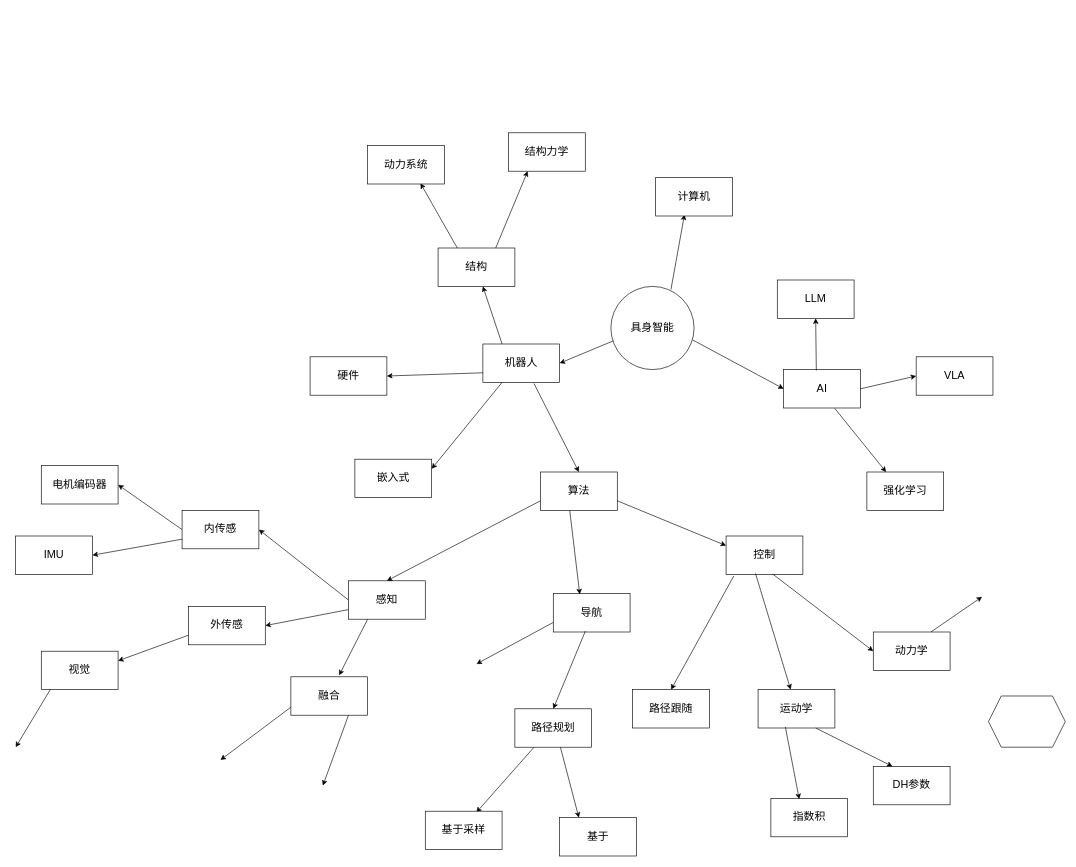
Above: Files/robotics/embedded_ai_tech_tree.drawio in Philiphao-Bluebolt/Obsidian-Technology-Note (draw.io), before the change. Source tidied: cells renumbered, new cells numbered last; positions are measured from the earlier drawing's top-left corner, leaving out a move shared by most shapes. Both pictures are drawn from the tidied source at 64%, with x=0, y=0 at pixel (15, 132).
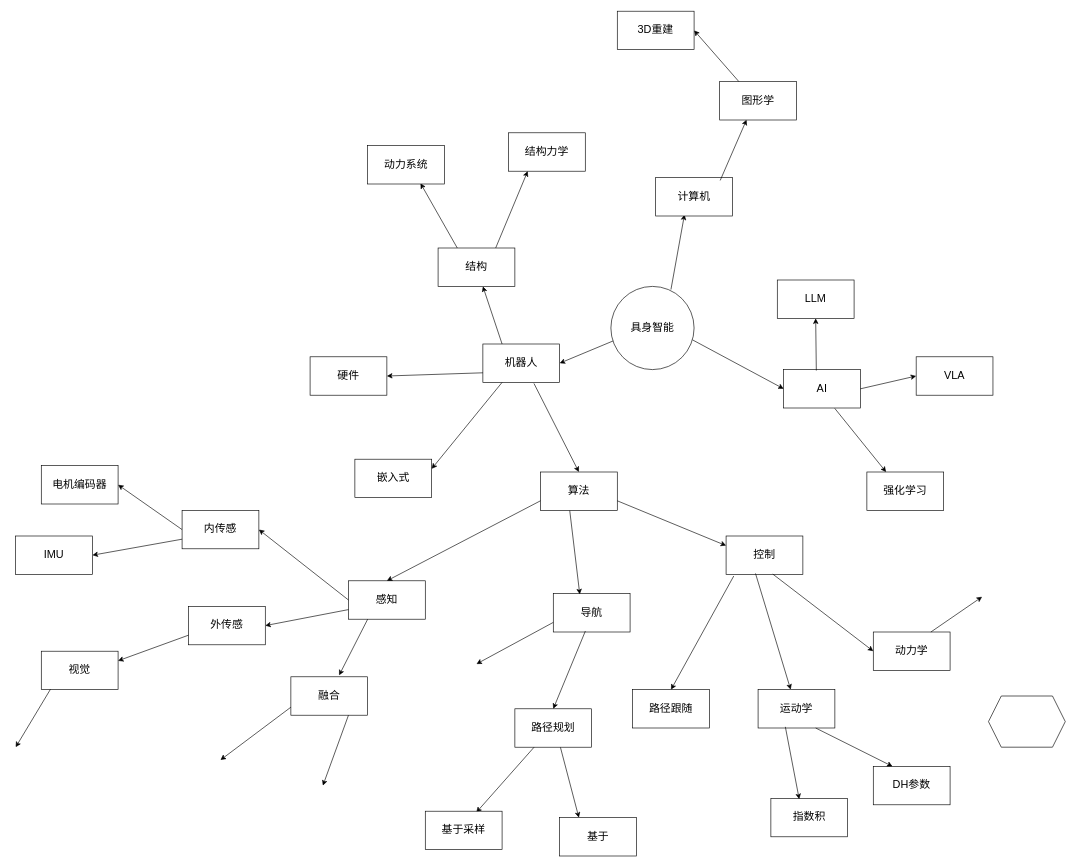
After the change.

Unchanged cells that the change refers to:
```xml
<mxCell id="59" value="计算机" style="rounded=0;whiteSpace=wrap;html=1;fontFamily=宋体;fontSize=17;" parent="1" vertex="1">
  <mxGeometry x="1000" y="70" width="120" height="60" as="geometry" />
</mxCell>
```

What changed in the source:
```diff
@@
+    <mxCell id="67" style="endArrow=classic;html=1;rounded=0;exitX=0.84;exitY=0.074;exitDx=0;exitDy=0;exitPerimeter=0;entryX=0.35;entryY=0.993;entryDx=0;entryDy=0;entryPerimeter=0;" parent="1" edge="1" source="59" target="68">
+      <mxGeometry relative="1" as="geometry" />
+    </mxCell>
+    <mxCell id="68" value="图形学" style="rounded=0;whiteSpace=wrap;html=1;fontFamily=宋体;fontSize=17;" parent="1" vertex="1">
+      <mxGeometry x="1100" y="-80" width="120" height="60" as="geometry" />
+    </mxCell>
+    <mxCell id="69" style="endArrow=classic;html=1;rounded=0;exitX=0.25;exitY=0;exitDx=0;exitDy=0;entryX=1;entryY=0.5;entryDx=0;entryDy=0;" parent="1" edge="1" source="68" target="70">
+      <mxGeometry relative="1" as="geometry" />
+    </mxCell>
+    <mxCell id="70" value="3D重建" style="rounded=0;whiteSpace=wrap;html=1;fontFamily=宋体;fontSize=17;" parent="1" vertex="1">
+      <mxGeometry x="940" y="-190" width="120" height="60" as="geometry" />
+    </mxCell>
```
